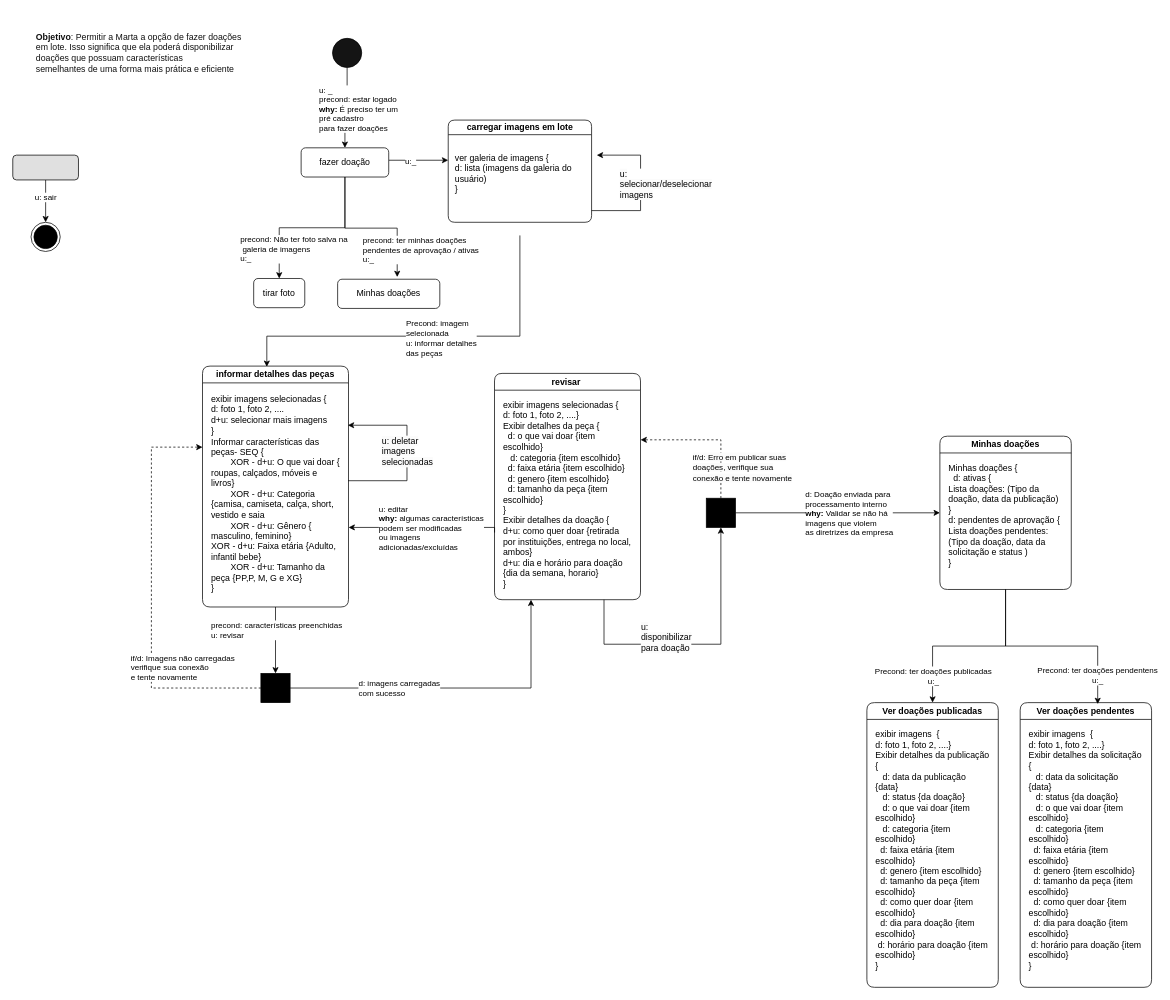
uxsilvajuliano/PucRio.JulianoChaves keeps this draw.io diagram as Marta-Juliano.drawio. Above is the earlier version. Source tidied: cells renumbered, new cells numbered last; positions are measured from the earlier drawing's top-left corner, leaving out a move shared by most shapes. Both pictures are drawn from the tidied source at 73%, with x=0, y=0 at pixel (12, 12).
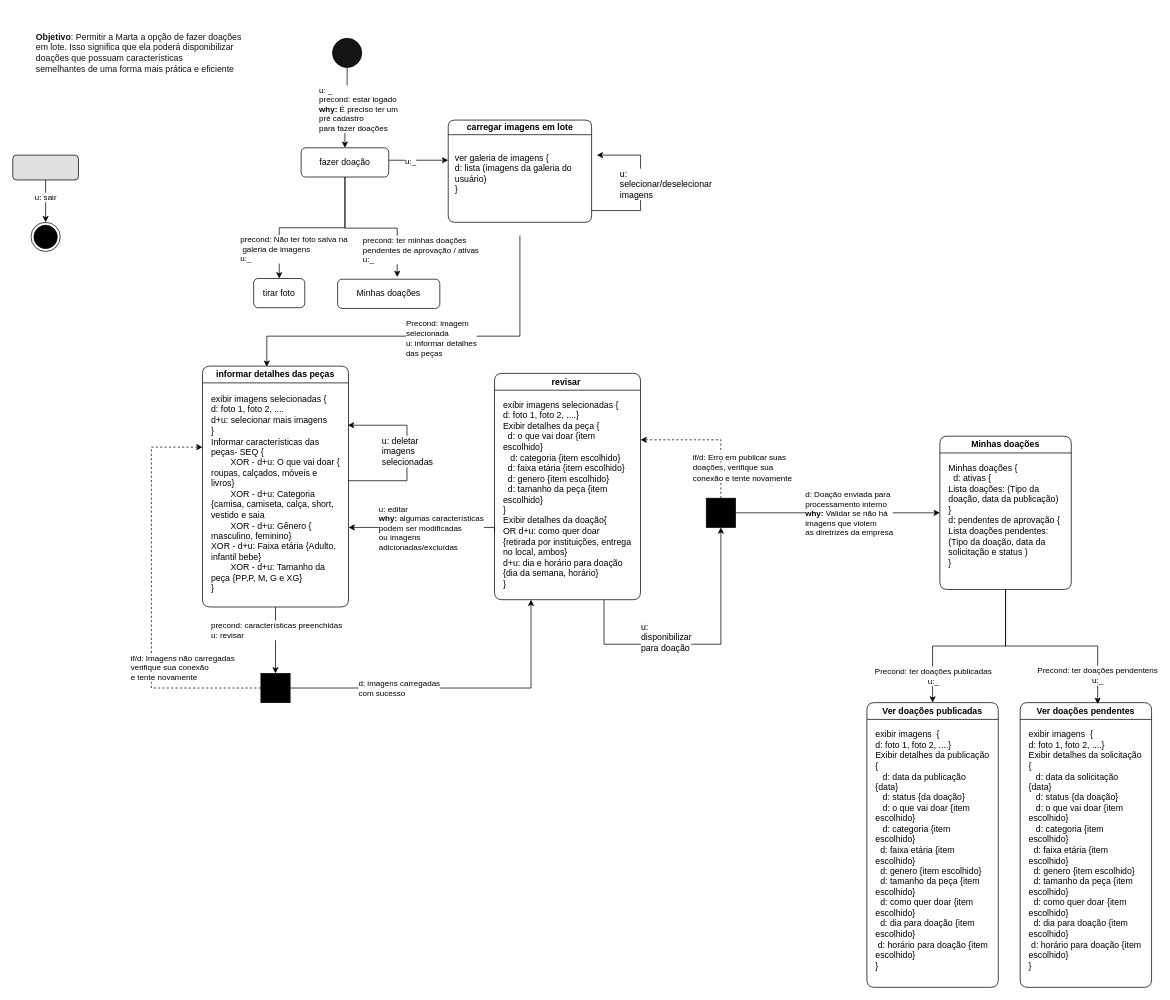
After the change.

Commit message:
Arquivo Atualizado de Marta

The change refers to these unchanged cells:
```xml
<mxCell id="17" value="&lt;div&gt;revisar&amp;nbsp;&lt;/div&gt;" style="swimlane;whiteSpace=wrap;html=1;rounded=1;" parent="1" vertex="1">
  <mxGeometry x="659.9" y="494" width="200" height="310" as="geometry" />
</mxCell>
```

Change to the diagram source:
```diff
@@
-    <mxCell id="18" value="exibir imagens selecionadas { &lt;br&gt;d: foto 1, foto 2, ....}&lt;br&gt;Exibir detalhes da peça {&lt;br&gt;&amp;nbsp; d: o que vai doar {item escolhido}&lt;br&gt;&amp;nbsp; &amp;nbsp;d: categoria {item escolhido}&lt;br&gt;&amp;nbsp; d: faixa etária {item escolhido}&lt;div&gt;&amp;nbsp; d: genero&amp;nbsp;&lt;span style=&quot;background-color: initial;&quot;&gt;{item escolhido}&lt;/span&gt;&lt;/div&gt;&lt;div&gt;&amp;nbsp; d: tamanho da peça {item escolhido}&lt;br&gt;&lt;div&gt;}&lt;br&gt;Exibir detalhes&amp;nbsp;da doação {&lt;br&gt;&lt;div&gt;d+u: como quer doar {retirada por instituições, entrega no local, ambos}&lt;br&gt;d+u: dia e horário para doação {dia da semana, horario}&lt;br&gt;&lt;div&gt;}&lt;/div&gt;&lt;/div&gt;&lt;/div&gt;&lt;/div&gt;" style="text;html=1;align=left;verticalAlign=top;whiteSpace=wrap;rounded=0;" parent="17" vertex="1">
+    <mxCell id="18" value="exibir imagens selecionadas { &lt;br&gt;d: foto 1, foto 2, ....}&lt;br&gt;Exibir detalhes da peça {&lt;br&gt;&amp;nbsp; d: o que vai doar {item escolhido}&lt;br&gt;&amp;nbsp; &amp;nbsp;d: categoria {item escolhido}&lt;br&gt;&amp;nbsp; d: faixa etária {item escolhido}&lt;div&gt;&amp;nbsp; d: genero&amp;nbsp;&lt;span style=&quot;background-color: initial;&quot;&gt;{item escolhido}&lt;/span&gt;&lt;/div&gt;&lt;div&gt;&amp;nbsp; d: tamanho da peça {item escolhido}&lt;br&gt;&lt;div&gt;}&lt;br&gt;Exibir detalhes&amp;nbsp;da doação{&lt;br&gt;&lt;div&gt;&lt;span style=&quot;background-color: initial;&quot;&gt;OR&lt;/span&gt;&lt;span style=&quot;background-color: initial;&quot;&gt;&amp;nbsp;&lt;/span&gt;d+u: como quer doar {retirada por instituições, entrega no local, ambos}&lt;br&gt;d+u: dia e horário para doação {dia da semana, horário}&lt;br&gt;&lt;div&gt;}&lt;/div&gt;&lt;/div&gt;&lt;/div&gt;&lt;/div&gt;" style="text;html=1;align=left;verticalAlign=top;whiteSpace=wrap;rounded=0;" parent="17" vertex="1">
       <mxGeometry x="10" y="30" width="180" height="260" as="geometry" />
     </mxCell>
```
